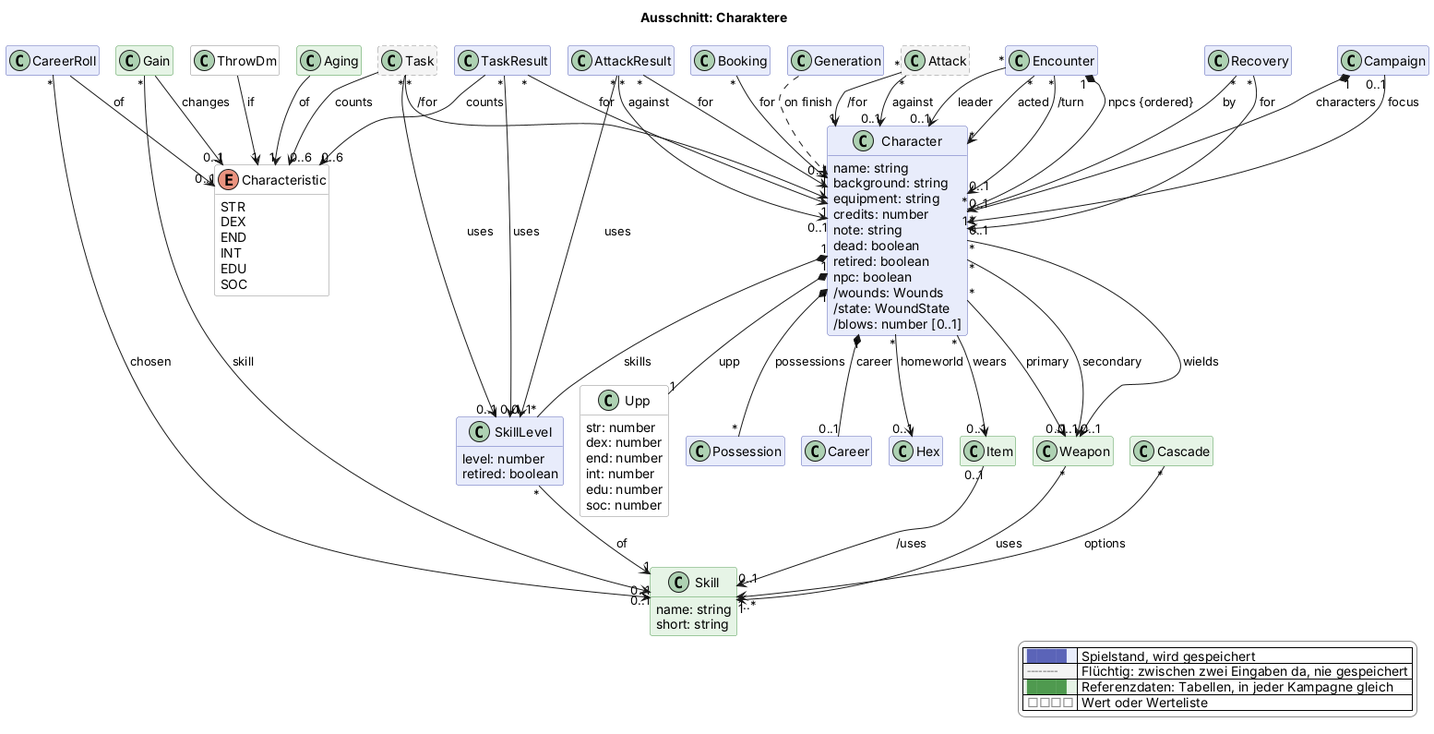
Above: docs/views/charakter.png in scuzzar/SRE (PlantUML), before the change.
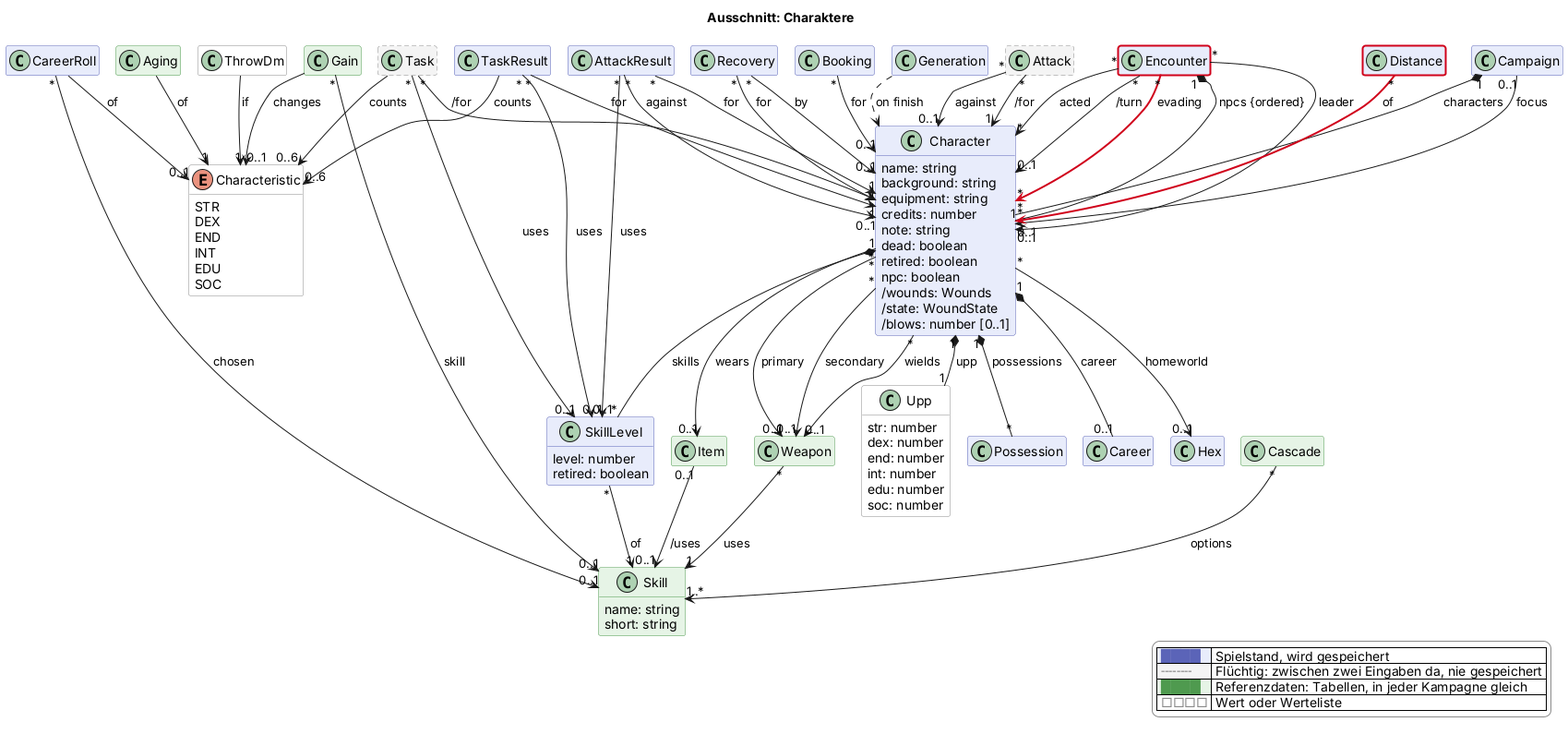
The same diagram one commit later.

What changed in the source:
```diff
@@ -108,6 +108,7 @@
   class AttackResult $kampf
   class Recovery $kampf
   class Encounter $begegnung
+  class Distance $begegnung $newClass("2026-11-08d")
 
   class Skill <<reference>> $charakter {
     name: string
@@ -176,6 +177,8 @@
 Encounter "*" --> "0..1" Character : leader
 Encounter "*" --> "*" Character : acted
 Encounter "*" --> "0..1" Character : /turn
+Distance "*" -$newArrow("2026-11-08d")-> "1" Character : of
+Encounter "*" -$newArrow("2026-11-08d")-> "*" Character : evading
 Character "*" --> "0..1" Item : wears
 
 
@@ -186,4 +189,5 @@
   |<#e6f4e6> <color:#4f9a4f>████</color> | Referenzdaten: Tabellen, in jeder Kampagne gleich |
   |<#ffffff> <color:#8a8a8a>□□□□</color> | Wert oder Werteliste |
 endlegend
+class Encounter #line:d0021b;line.bold
 @enduml
```
